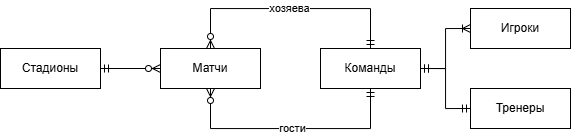
AnrewQz/football-league-db keeps this draw.io diagram as концептуальная модель (2).png. Above is the earlier version. Source tidied: cells renumbered, new cells last; positions are measured from the earlier drawing's top-left corner, leaving out a move shared by most shapes. Its diagram source:
```xml
<mxGraphModel>
  <root>
    <mxCell id="0" />
    <mxCell id="1" parent="0" />
    <mxCell id="2" value="Команды" style="whiteSpace=wrap;html=1;align=center;" parent="1" vertex="1">
      <mxGeometry x="320" y="40" width="100" height="40" as="geometry" />
    </mxCell>
    <mxCell id="3" value="Матчи" style="whiteSpace=wrap;html=1;align=center;" parent="1" vertex="1">
      <mxGeometry x="160" y="40" width="100" height="40" as="geometry" />
    </mxCell>
    <mxCell id="4" value="Игроки" style="whiteSpace=wrap;html=1;align=center;" parent="1" vertex="1">
      <mxGeometry x="470" width="100" height="40" as="geometry" />
    </mxCell>
    <mxCell id="5" value="Тренеры" style="whiteSpace=wrap;html=1;align=center;" parent="1" vertex="1">
      <mxGeometry x="470" y="80" width="100" height="40" as="geometry" />
    </mxCell>
    <mxCell id="6" style="edgeStyle=orthogonalEdgeStyle;fontSize=12;html=1;endArrow=ERoneToMany;startArrow=ERmandOne;rounded=0;exitX=1;exitY=0.5;exitDx=0;exitDy=0;entryX=0;entryY=0.5;entryDx=0;entryDy=0;" parent="1" edge="1" source="2" target="4">
      <mxGeometry relative="1" as="geometry" />
    </mxCell>
    <mxCell id="7" value="Стадионы" style="whiteSpace=wrap;html=1;align=center;" parent="1" vertex="1">
      <mxGeometry y="40" width="100" height="40" as="geometry" />
    </mxCell>
    <mxCell id="8" style="edgeStyle=orthogonalEdgeStyle;fontSize=12;html=1;endArrow=ERmandOne;startArrow=ERmandOne;rounded=0;exitX=0;exitY=0.5;exitDx=0;exitDy=0;entryX=1;entryY=0.5;entryDx=0;entryDy=0;" parent="1" edge="1" source="5" target="2">
      <mxGeometry relative="1" as="geometry" />
    </mxCell>
    <mxCell id="9" style="edgeStyle=orthogonalEdgeStyle;fontSize=12;html=1;endArrow=ERzeroToMany;startArrow=ERmandOne;rounded=0;exitX=1;exitY=0.5;exitDx=0;exitDy=0;entryX=0;entryY=0.5;entryDx=0;entryDy=0;" parent="1" edge="1" source="7" target="3">
      <mxGeometry relative="1" as="geometry" />
    </mxCell>
    <mxCell id="10" style="edgeStyle=orthogonalEdgeStyle;fontSize=12;html=1;endArrow=ERzeroToMany;startArrow=ERmandOne;rounded=0;exitX=0.5;exitY=0;exitDx=0;exitDy=0;entryX=0.5;entryY=0;entryDx=0;entryDy=0;" parent="1" edge="1" source="2" target="3">
      <mxGeometry relative="1" as="geometry">
        <Array as="points">
          <mxPoint x="370" />
          <mxPoint x="210" />
        </Array>
      </mxGeometry>
    </mxCell>
    <mxCell id="11" value="хозяева" style="edgeLabel;html=1;align=center;verticalAlign=middle;" parent="10" vertex="1">
      <mxGeometry x="0.01" y="-1" relative="1" as="geometry" />
    </mxCell>
    <mxCell id="12" style="edgeStyle=orthogonalEdgeStyle;fontSize=12;html=1;endArrow=ERzeroToMany;startArrow=ERmandOne;rounded=0;exitX=0.5;exitY=1;exitDx=0;exitDy=0;entryX=0.5;entryY=1;entryDx=0;entryDy=0;" parent="1" edge="1" source="2" target="3">
      <mxGeometry relative="1" as="geometry">
        <Array as="points">
          <mxPoint x="370" y="120" />
          <mxPoint x="210" y="120" />
        </Array>
      </mxGeometry>
    </mxCell>
    <mxCell id="13" value="гости" style="edgeLabel;html=1;align=center;verticalAlign=middle;" parent="12" vertex="1">
      <mxGeometry x="-0.01" y="-1" relative="1" as="geometry" />
    </mxCell>
  </root>
</mxGraphModel>
```
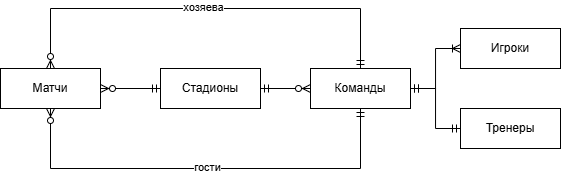
Above is the later version.

Change to the diagram source:
```diff
@@ -6,7 +6,7 @@
       <mxGeometry x="320" y="40" width="100" height="40" as="geometry" />
     </mxCell>
     <mxCell id="3" value="Матчи" style="whiteSpace=wrap;html=1;align=center;" parent="1" vertex="1">
-      <mxGeometry x="160" y="40" width="100" height="40" as="geometry" />
+      <mxGeometry x="10" y="40" width="100" height="40" as="geometry" />
     </mxCell>
     <mxCell id="4" value="Игроки" style="whiteSpace=wrap;html=1;align=center;" parent="1" vertex="1">
       <mxGeometry x="470" width="100" height="40" as="geometry" />
@@ -18,19 +18,19 @@
       <mxGeometry relative="1" as="geometry" />
     </mxCell>
     <mxCell id="7" value="Стадионы" style="whiteSpace=wrap;html=1;align=center;" parent="1" vertex="1">
-      <mxGeometry y="40" width="100" height="40" as="geometry" />
+      <mxGeometry x="170" y="40" width="100" height="40" as="geometry" />
     </mxCell>
     <mxCell id="8" style="edgeStyle=orthogonalEdgeStyle;fontSize=12;html=1;endArrow=ERmandOne;startArrow=ERmandOne;rounded=0;exitX=0;exitY=0.5;exitDx=0;exitDy=0;entryX=1;entryY=0.5;entryDx=0;entryDy=0;" parent="1" edge="1" source="5" target="2">
       <mxGeometry relative="1" as="geometry" />
     </mxCell>
-    <mxCell id="9" style="edgeStyle=orthogonalEdgeStyle;fontSize=12;html=1;endArrow=ERzeroToMany;startArrow=ERmandOne;rounded=0;exitX=1;exitY=0.5;exitDx=0;exitDy=0;entryX=0;entryY=0.5;entryDx=0;entryDy=0;" parent="1" edge="1" source="7" target="3">
+    <mxCell id="9" style="edgeStyle=orthogonalEdgeStyle;fontSize=12;html=1;endArrow=ERzeroToMany;startArrow=ERmandOne;rounded=0;exitX=0;exitY=0.5;exitDx=0;exitDy=0;entryX=1;entryY=0.5;entryDx=0;entryDy=0;" parent="1" edge="1" source="7" target="3">
       <mxGeometry relative="1" as="geometry" />
     </mxCell>
     <mxCell id="10" style="edgeStyle=orthogonalEdgeStyle;fontSize=12;html=1;endArrow=ERzeroToMany;startArrow=ERmandOne;rounded=0;exitX=0.5;exitY=0;exitDx=0;exitDy=0;entryX=0.5;entryY=0;entryDx=0;entryDy=0;" parent="1" edge="1" source="2" target="3">
       <mxGeometry relative="1" as="geometry">
         <Array as="points">
-          <mxPoint x="370" />
-          <mxPoint x="210" />
+          <mxPoint x="370" y="-20" />
+          <mxPoint x="60" y="-20" />
         </Array>
       </mxGeometry>
     </mxCell>
@@ -40,13 +40,16 @@
     <mxCell id="12" style="edgeStyle=orthogonalEdgeStyle;fontSize=12;html=1;endArrow=ERzeroToMany;startArrow=ERmandOne;rounded=0;exitX=0.5;exitY=1;exitDx=0;exitDy=0;entryX=0.5;entryY=1;entryDx=0;entryDy=0;" parent="1" edge="1" source="2" target="3">
       <mxGeometry relative="1" as="geometry">
         <Array as="points">
-          <mxPoint x="370" y="120" />
-          <mxPoint x="210" y="120" />
+          <mxPoint x="370" y="140" />
+          <mxPoint x="60" y="140" />
         </Array>
       </mxGeometry>
     </mxCell>
     <mxCell id="13" value="гости" style="edgeLabel;html=1;align=center;verticalAlign=middle;" parent="12" vertex="1">
       <mxGeometry x="-0.01" y="-1" relative="1" as="geometry" />
     </mxCell>
+    <mxCell id="14" style="edgeStyle=entityRelationEdgeStyle;fontSize=12;html=1;endArrow=ERzeroToMany;startArrow=ERmandOne;rounded=0;exitX=1;exitY=0.5;exitDx=0;exitDy=0;entryX=0;entryY=0.5;entryDx=0;entryDy=0;" parent="1" edge="1" source="7" target="2">
+      <mxGeometry relative="1" as="geometry" />
+    </mxCell>
   </root>
 </mxGraphModel>
```
